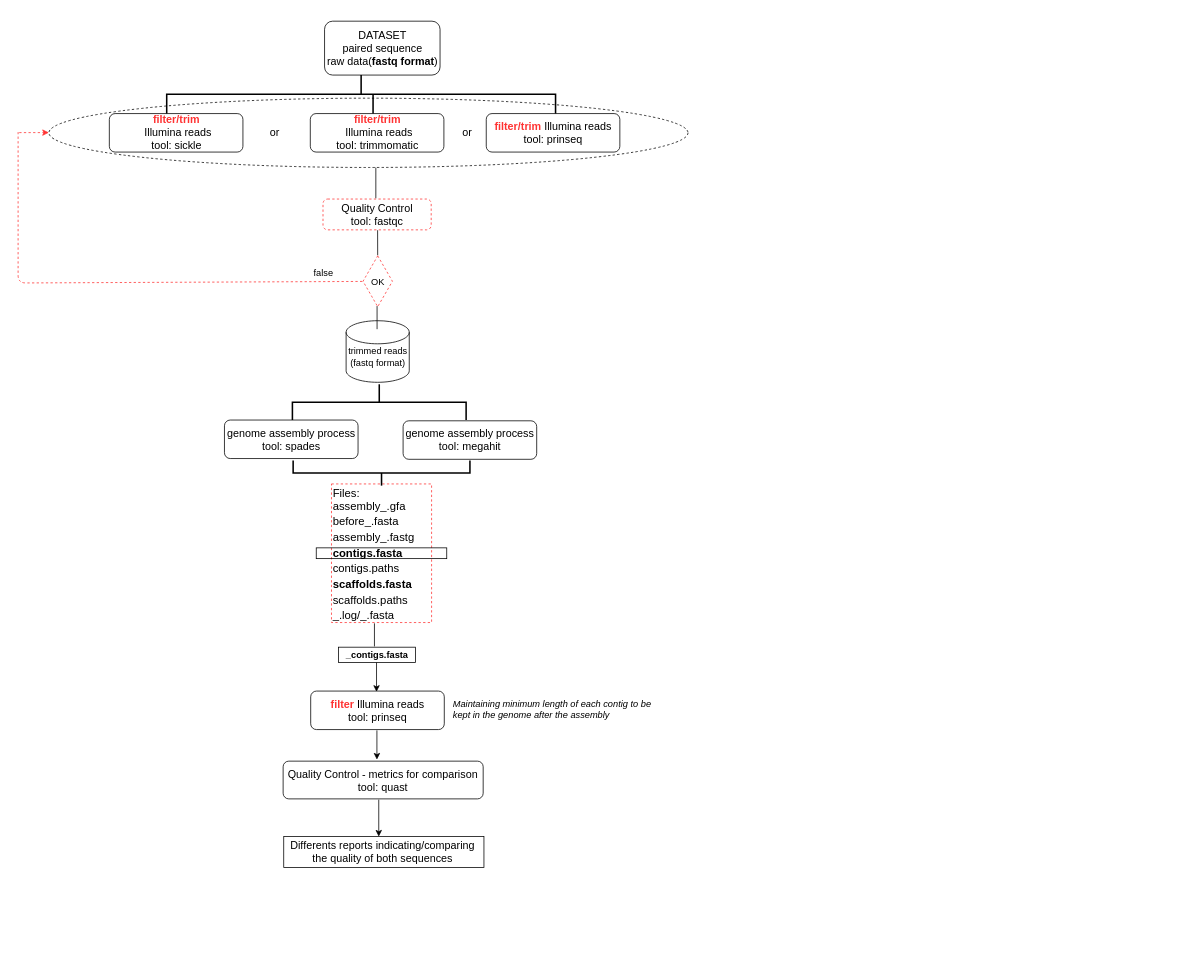
Before: standarpipelineworkflow-longversion.drawio in ldipotetjob/genx, a draw.io diagram. Source tidied: cells renumbered, new cells numbered last; positions are measured from the earlier drawing's top-left corner, leaving out a move shared by most shapes. Both pictures are drawn from the tidied source at 77%, with x=0, y=0 at pixel (18, -101).
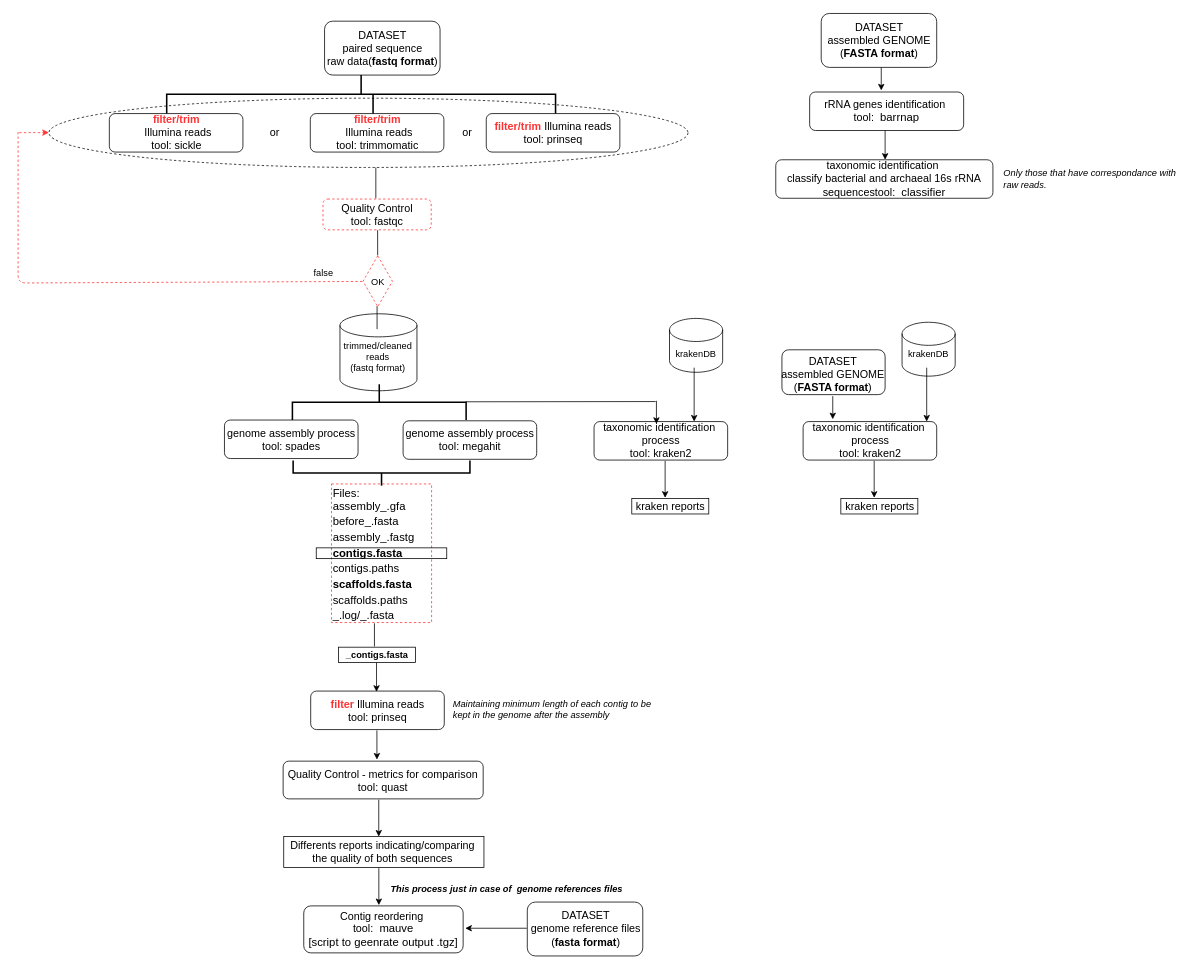
The same diagram, later.

Diff of the diagram source:
```diff
@@
     <mxCell id="21" style="shape=cylinder3;whiteSpace=wrap;html=1;boundedLbl=1;backgroundOutline=1;size=15;fillColor=none;" parent="1" vertex="1">
-      <mxGeometry x="426" y="547" width="82" height="80" as="geometry" />
+      <mxGeometry x="418" y="538" width="100" height="100" as="geometry" />
     </mxCell>
-    <mxCell id="22" value="trimmed reads&lt;br&gt;&lt;font style=&quot;font-size: 12px&quot;&gt;(fastq format)&lt;/font&gt;" style="text;html=1;align=center;verticalAlign=middle;strokeColor=none;" parent="1" vertex="1">
-      <mxGeometry x="422" y="579" width="90" height="30" as="geometry" />
+    <mxCell id="22" value="trimmed/cleaned &lt;br&gt;reads&lt;br&gt;&lt;font style=&quot;font-size: 12px&quot;&gt;(fastq format)&lt;/font&gt;" style="text;html=1;align=center;verticalAlign=middle;strokeColor=none;" parent="1" vertex="1">
+      <mxGeometry x="417" y="569" width="100" height="50" as="geometry" />
     </mxCell>
@@
+    <mxCell id="38" value="&lt;font style=&quot;font-size: 14px&quot;&gt;Contig reordering&amp;nbsp;&lt;br&gt;tool:&amp;nbsp;&lt;span id=&quot;docs-internal-guid-eec0f8a5-7fff-683e-a7e2-8d98a260feaf&quot;&gt;&lt;span style=&quot;font-size: 11pt ; font-family: &amp;#34;arial&amp;#34; ; background-color: transparent ; vertical-align: baseline&quot;&gt;&amp;nbsp;mauve&lt;br&gt;&lt;/span&gt;&lt;/span&gt;&lt;span style=&quot;font-family: &amp;#34;arial&amp;#34; ; font-size: 14.6667px&quot;&gt;[script to geenrate output .tgz]&lt;/span&gt;&lt;br&gt;&lt;/font&gt;" style="rounded=1;whiteSpace=wrap;html=1;fillColor=none;" parent="1" vertex="1">
+      <mxGeometry x="371" y="1307" width="207" height="61" as="geometry" />
+    </mxCell>
+    <mxCell id="39" style="rounded=1;whiteSpace=wrap;html=1;fillColor=none;" parent="1" vertex="1">
+      <mxGeometry x="661.3" y="1302" width="150" height="70" as="geometry" />
+    </mxCell>
+    <mxCell id="40" value="&lt;font style=&quot;font-size: 14px&quot;&gt;DATASET&lt;br&gt;genome reference files&lt;br&gt;(&lt;b&gt;fasta format&lt;/b&gt;)&lt;br&gt;&lt;/font&gt;" style="text;html=1;align=center;verticalAlign=middle;strokeColor=none;" parent="1" vertex="1">
+      <mxGeometry x="657.3" y="1312" width="160" height="50" as="geometry" />
+    </mxCell>
+    <mxCell id="41" style="endArrow=classic;html=1;" parent="1" edge="1">
+      <mxGeometry relative="1" as="geometry">
+        <mxPoint x="660.7" y="1336" as="sourcePoint" />
+        <mxPoint x="580.7" y="1336" as="targetPoint" />
+      </mxGeometry>
+    </mxCell>
+    <mxCell id="42" style="endArrow=classic;html=1;" parent="1" edge="1">
+      <mxGeometry relative="1" as="geometry">
+        <mxPoint x="468.5" y="1258" as="sourcePoint" />
+        <mxPoint x="468.5" y="1306" as="targetPoint" />
+      </mxGeometry>
+    </mxCell>
+    <mxCell id="43" value="&lt;font color=&quot;#000000&quot; face=&quot;arial&quot;&gt;&lt;i&gt;&lt;b&gt;This process just in case of&amp;nbsp; genome references files&amp;nbsp;&lt;/b&gt;&lt;/i&gt;&lt;/font&gt;" style="text;html=1;align=left;verticalAlign=middle;strokeColor=none;fontColor=#FF3333;" parent="1" vertex="1">
+      <mxGeometry x="482.3" y="1276" width="320" height="20" as="geometry" />
+    </mxCell>
+    <mxCell id="44" value="&lt;font style=&quot;font-size: 14px&quot;&gt;rRNA genes identification&amp;nbsp;&lt;br&gt;tool:&amp;nbsp;&lt;span id=&quot;docs-internal-guid-eec0f8a5-7fff-683e-a7e2-8d98a260feaf&quot;&gt;&lt;span style=&quot;font-size: 11pt ; font-family: &amp;#34;arial&amp;#34; ; background-color: transparent ; vertical-align: baseline&quot;&gt;&amp;nbsp;barrnap&lt;/span&gt;&lt;/span&gt;&lt;br&gt;&lt;/font&gt;" style="rounded=1;whiteSpace=wrap;html=1;fillColor=none;" parent="1" vertex="1">
+      <mxGeometry x="1028" y="250" width="200" height="50" as="geometry" />
+    </mxCell>
+    <mxCell id="45" style="rounded=1;whiteSpace=wrap;html=1;fillColor=none;" parent="1" vertex="1">
+      <mxGeometry x="1043" y="148" width="150" height="70" as="geometry" />
+    </mxCell>
+    <mxCell id="46" value="&lt;font style=&quot;font-size: 14px&quot;&gt;DATASET&lt;br&gt;assembled GENOME&lt;br&gt;(&lt;b&gt;FASTA format&lt;/b&gt;)&lt;br&gt;&lt;/font&gt;" style="text;html=1;align=center;verticalAlign=middle;strokeColor=none;" parent="1" vertex="1">
+      <mxGeometry x="1043" y="158" width="150" height="50" as="geometry" />
+    </mxCell>
+    <mxCell id="47" style="endArrow=none;html=1;startArrow=classic;startFill=1;" parent="1" edge="1">
+      <mxGeometry relative="1" as="geometry">
+        <mxPoint x="1121" y="248" as="sourcePoint" />
+        <mxPoint x="1121" y="218" as="targetPoint" />
+      </mxGeometry>
+    </mxCell>
+    <mxCell id="48" value="&lt;font style=&quot;font-size: 14px&quot;&gt;taxonomic identification&amp;nbsp; process&lt;br&gt;tool: kraken2&lt;br&gt;&lt;/font&gt;" style="rounded=1;whiteSpace=wrap;html=1;fillColor=none;" parent="1" vertex="1">
+      <mxGeometry x="748" y="678" width="173.5" height="50" as="geometry" />
+    </mxCell>
+    <mxCell id="49" style="endArrow=none;html=1;fontColor=#FF3333;strokeColor=#000000;strokeWidth=1;" parent="1" edge="1">
+      <mxGeometry relative="1" as="geometry">
+        <mxPoint x="581.3" y="652.3" as="sourcePoint" />
+        <mxPoint x="828" y="652" as="targetPoint" />
+      </mxGeometry>
+    </mxCell>
+    <mxCell id="50" style="endArrow=none;html=1;startArrow=classic;startFill=1;" parent="1" edge="1">
+      <mxGeometry relative="1" as="geometry">
+        <mxPoint x="829" y="681" as="sourcePoint" />
+        <mxPoint x="829" y="651" as="targetPoint" />
+      </mxGeometry>
+    </mxCell>
+    <mxCell id="51" style="endArrow=none;html=1;startArrow=classic;startFill=1;" parent="1" edge="1">
+      <mxGeometry relative="1" as="geometry">
+        <mxPoint x="878" y="678" as="sourcePoint" />
+        <mxPoint x="878" y="608" as="targetPoint" />
+      </mxGeometry>
+    </mxCell>
+    <mxCell id="52" style="shape=cylinder3;whiteSpace=wrap;html=1;boundedLbl=1;backgroundOutline=1;size=15;fillColor=none;" parent="1" vertex="1">
+      <mxGeometry x="846" y="544" width="69" height="70" as="geometry" />
+    </mxCell>
+    <mxCell id="53" value="krakenDB" style="text;html=1;align=center;verticalAlign=middle;strokeColor=none;" parent="1" vertex="1">
+      <mxGeometry x="845" y="581" width="70" height="20" as="geometry" />
+    </mxCell>
+    <mxCell id="54" value="&lt;font style=&quot;font-size: 14px&quot;&gt;kraken reports&lt;br&gt;&lt;/font&gt;" style="text;html=1;align=center;verticalAlign=middle;strokeColor=#000000;" parent="1" vertex="1">
+      <mxGeometry x="797" y="778" width="100" height="20" as="geometry" />
+    </mxCell>
+    <mxCell id="55" style="endArrow=classic;html=1;" parent="1" edge="1">
+      <mxGeometry relative="1" as="geometry">
+        <mxPoint x="840.3" y="729" as="sourcePoint" />
+        <mxPoint x="840.3" y="777" as="targetPoint" />
+      </mxGeometry>
+    </mxCell>
+    <mxCell id="56" value="&lt;font style=&quot;font-size: 14px&quot;&gt;taxonomic identification&amp;nbsp; process&lt;br&gt;tool: kraken2&lt;br&gt;&lt;/font&gt;" style="rounded=1;whiteSpace=wrap;html=1;fillColor=none;" parent="1" vertex="1">
+      <mxGeometry x="1019.5" y="678" width="173.5" height="50" as="geometry" />
+    </mxCell>
+    <mxCell id="57" style="endArrow=none;html=1;startArrow=classic;startFill=1;" parent="1" edge="1">
+      <mxGeometry relative="1" as="geometry">
+        <mxPoint x="1180" y="678" as="sourcePoint" />
+        <mxPoint x="1180" y="608" as="targetPoint" />
+      </mxGeometry>
+    </mxCell>
+    <mxCell id="58" value="krakenDB" style="text;html=1;align=center;verticalAlign=middle;strokeColor=none;" parent="1" vertex="1">
+      <mxGeometry x="1146.5" y="581" width="70" height="20" as="geometry" />
+    </mxCell>
+    <mxCell id="59" value="&lt;font style=&quot;font-size: 14px&quot;&gt;kraken reports&lt;br&gt;&lt;/font&gt;" style="text;html=1;align=center;verticalAlign=middle;strokeColor=#000000;" parent="1" vertex="1">
+      <mxGeometry x="1068.5" y="778" width="100" height="20" as="geometry" />
+    </mxCell>
+    <mxCell id="60" style="endArrow=classic;html=1;" parent="1" edge="1">
+      <mxGeometry relative="1" as="geometry">
+        <mxPoint x="1111.8" y="729" as="sourcePoint" />
+        <mxPoint x="1111.8" y="777" as="targetPoint" />
+      </mxGeometry>
+    </mxCell>
+    <mxCell id="61" style="endArrow=none;html=1;startArrow=classic;startFill=1;" parent="1" edge="1">
+      <mxGeometry relative="1" as="geometry">
+        <mxPoint x="1058" y="675" as="sourcePoint" />
+        <mxPoint x="1058" y="645" as="targetPoint" />
+      </mxGeometry>
+    </mxCell>
+    <mxCell id="62" style="shape=cylinder3;whiteSpace=wrap;html=1;boundedLbl=1;backgroundOutline=1;size=15;fillColor=none;" parent="1" vertex="1">
+      <mxGeometry x="1148" y="549" width="69" height="70" as="geometry" />
+    </mxCell>
+    <mxCell id="63" style="rounded=1;whiteSpace=wrap;html=1;fillColor=none;" parent="1" vertex="1">
+      <mxGeometry x="992" y="584.8" width="134" height="58.2" as="geometry" />
+    </mxCell>
+    <mxCell id="64" value="&lt;font style=&quot;font-size: 14px&quot;&gt;DATASET&lt;br&gt;assembled GENOME&lt;br&gt;(&lt;b&gt;FASTA format&lt;/b&gt;)&lt;br&gt;&lt;/font&gt;" style="text;html=1;align=center;verticalAlign=middle;strokeColor=none;" parent="1" vertex="1">
+      <mxGeometry x="983" y="591.8" width="150" height="50" as="geometry" />
+    </mxCell>
+    <mxCell id="65" style="endArrow=none;html=1;startArrow=classic;startFill=1;" parent="1" edge="1">
+      <mxGeometry relative="1" as="geometry">
+        <mxPoint x="1126" y="338" as="sourcePoint" />
+        <mxPoint x="1126" y="300" as="targetPoint" />
+      </mxGeometry>
+    </mxCell>
+    <mxCell id="66" value="&lt;font&gt;&lt;span style=&quot;font-size: 14px&quot;&gt;taxonomic identification&amp;nbsp;&lt;/span&gt;&lt;br&gt;&lt;span style=&quot;font-size: 14px&quot;&gt;classify bacterial and archaeal 16s rRNA sequencestool:&amp;nbsp;&lt;/span&gt;&lt;span id=&quot;docs-internal-guid-eec0f8a5-7fff-683e-a7e2-8d98a260feaf&quot; style=&quot;font-size: 14px&quot;&gt;&lt;span style=&quot;font-size: 11pt ; font-family: &amp;#34;arial&amp;#34; ; background-color: transparent ; vertical-align: baseline&quot;&gt;&amp;nbsp;classifier&lt;/span&gt;&lt;/span&gt;&lt;br&gt;&lt;/font&gt;" style="rounded=1;whiteSpace=wrap;html=1;fillColor=none;" parent="1" vertex="1">
+      <mxGeometry x="984" y="338" width="282" height="50" as="geometry" />
+    </mxCell>
+    <mxCell id="67" value="&lt;font color=&quot;#000000&quot; face=&quot;arial&quot;&gt;&lt;i&gt;Only those that have correspondance with &lt;br&gt;raw reads.&lt;/i&gt;&lt;/font&gt;" style="text;html=1;align=left;verticalAlign=middle;strokeColor=none;fontColor=#FF3333;" parent="1" vertex="1">
+      <mxGeometry x="1278" y="348" width="240" height="30" as="geometry" />
+    </mxCell>
```
